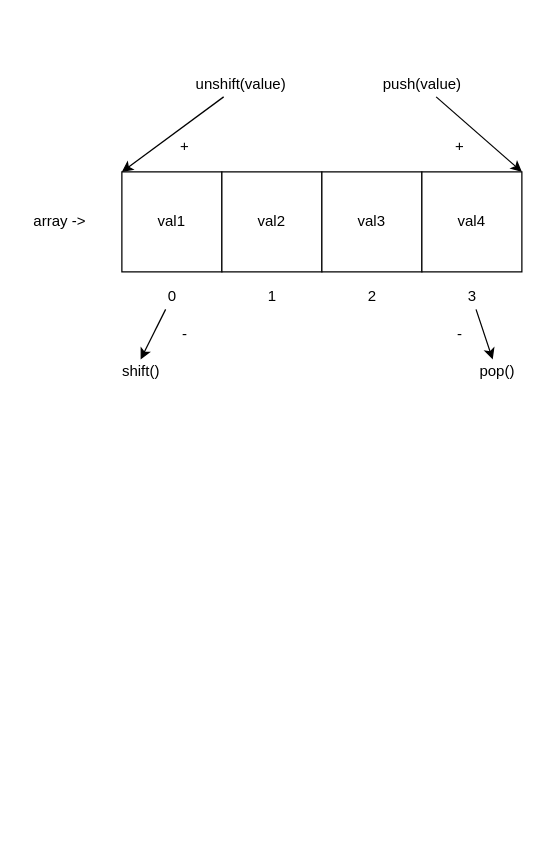
Earlier version of the draw.io diagram data-structures/draw/array.drawio (vserpa/foundation-algorithms-javascript). Source tidied: cells renumbered, new cells numbered last; positions are measured from the earlier drawing's top-left corner, leaving out a move shared by most shapes. Both pictures are drawn from the tidied source at 125%, with x=0, y=0 at pixel (21, 71).
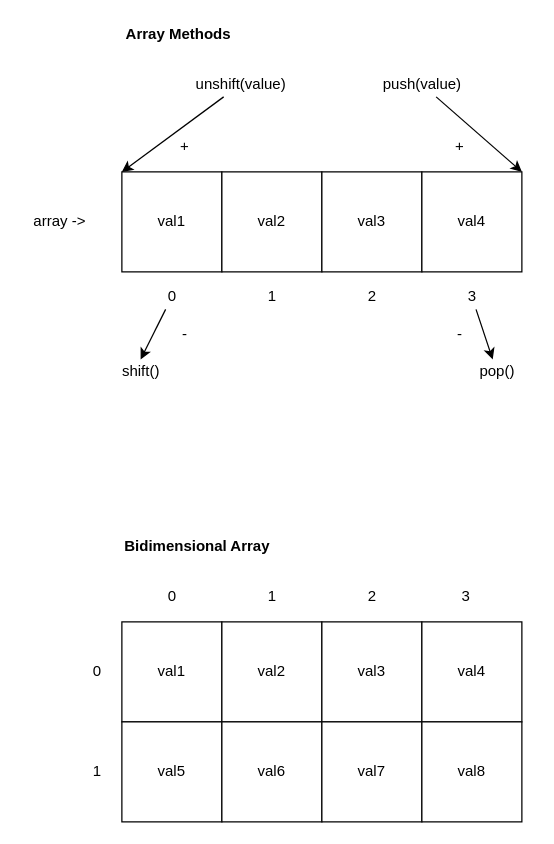
Above is the later version.

Commit message:
bidimensional array

The edit, as a diff of the source:
```diff
@@
+    <mxCell id="23" value="val1" style="whiteSpace=wrap;html=1;" parent="1" vertex="1">
+      <mxGeometry x="80" y="440" width="80" height="80" as="geometry" />
+    </mxCell>
+    <mxCell id="24" value="val2" style="whiteSpace=wrap;html=1;" parent="1" vertex="1">
+      <mxGeometry x="160" y="440" width="80" height="80" as="geometry" />
+    </mxCell>
+    <mxCell id="25" value="val3" style="whiteSpace=wrap;html=1;" parent="1" vertex="1">
+      <mxGeometry x="240" y="440" width="80" height="80" as="geometry" />
+    </mxCell>
+    <mxCell id="26" value="val4" style="whiteSpace=wrap;html=1;" parent="1" vertex="1">
+      <mxGeometry x="320" y="440" width="80" height="80" as="geometry" />
+    </mxCell>
+    <mxCell id="27" value="val5" style="whiteSpace=wrap;html=1;" parent="1" vertex="1">
+      <mxGeometry x="80" y="520" width="80" height="80" as="geometry" />
+    </mxCell>
+    <mxCell id="28" value="val6" style="whiteSpace=wrap;html=1;" parent="1" vertex="1">
+      <mxGeometry x="160" y="520" width="80" height="80" as="geometry" />
+    </mxCell>
+    <mxCell id="29" value="val7" style="whiteSpace=wrap;html=1;" parent="1" vertex="1">
+      <mxGeometry x="240" y="520" width="80" height="80" as="geometry" />
+    </mxCell>
+    <mxCell id="30" value="val8" style="whiteSpace=wrap;html=1;" parent="1" vertex="1">
+      <mxGeometry x="320" y="520" width="80" height="80" as="geometry" />
+    </mxCell>
+    <mxCell id="31" value="0" style="text;html=1;align=center;verticalAlign=middle;strokeColor=none;fillColor=none;" parent="1" vertex="1">
+      <mxGeometry x="110" y="410" width="20" height="20" as="geometry" />
+    </mxCell>
+    <mxCell id="32" value="1" style="text;html=1;align=center;verticalAlign=middle;strokeColor=none;fillColor=none;" parent="1" vertex="1">
+      <mxGeometry x="190" y="410" width="20" height="20" as="geometry" />
+    </mxCell>
+    <mxCell id="33" value="2" style="text;html=1;align=center;verticalAlign=middle;strokeColor=none;fillColor=none;" parent="1" vertex="1">
+      <mxGeometry x="270" y="410" width="20" height="20" as="geometry" />
+    </mxCell>
+    <mxCell id="34" value="3" style="text;html=1;align=center;verticalAlign=middle;strokeColor=none;fillColor=none;" parent="1" vertex="1">
+      <mxGeometry x="345" y="410" width="20" height="20" as="geometry" />
+    </mxCell>
+    <mxCell id="35" value="0" style="text;html=1;align=center;verticalAlign=middle;strokeColor=none;fillColor=none;" parent="1" vertex="1">
+      <mxGeometry x="50" y="470" width="20" height="20" as="geometry" />
+    </mxCell>
+    <mxCell id="36" value="1" style="text;html=1;align=center;verticalAlign=middle;strokeColor=none;fillColor=none;" parent="1" vertex="1">
+      <mxGeometry x="50" y="550" width="20" height="20" as="geometry" />
+    </mxCell>
+    <mxCell id="37" value="Bidimensional Array" style="text;html=1;align=center;verticalAlign=middle;strokeColor=none;fillColor=none;fontStyle=1;" parent="1" vertex="1">
+      <mxGeometry x="75" y="370" width="130" height="20" as="geometry" />
+    </mxCell>
+    <mxCell id="38" value="Array Methods" style="text;html=1;align=center;verticalAlign=middle;strokeColor=none;fillColor=none;fontStyle=1;" parent="1" vertex="1">
+      <mxGeometry x="75" y="-40" width="100" height="20" as="geometry" />
+    </mxCell>
```
